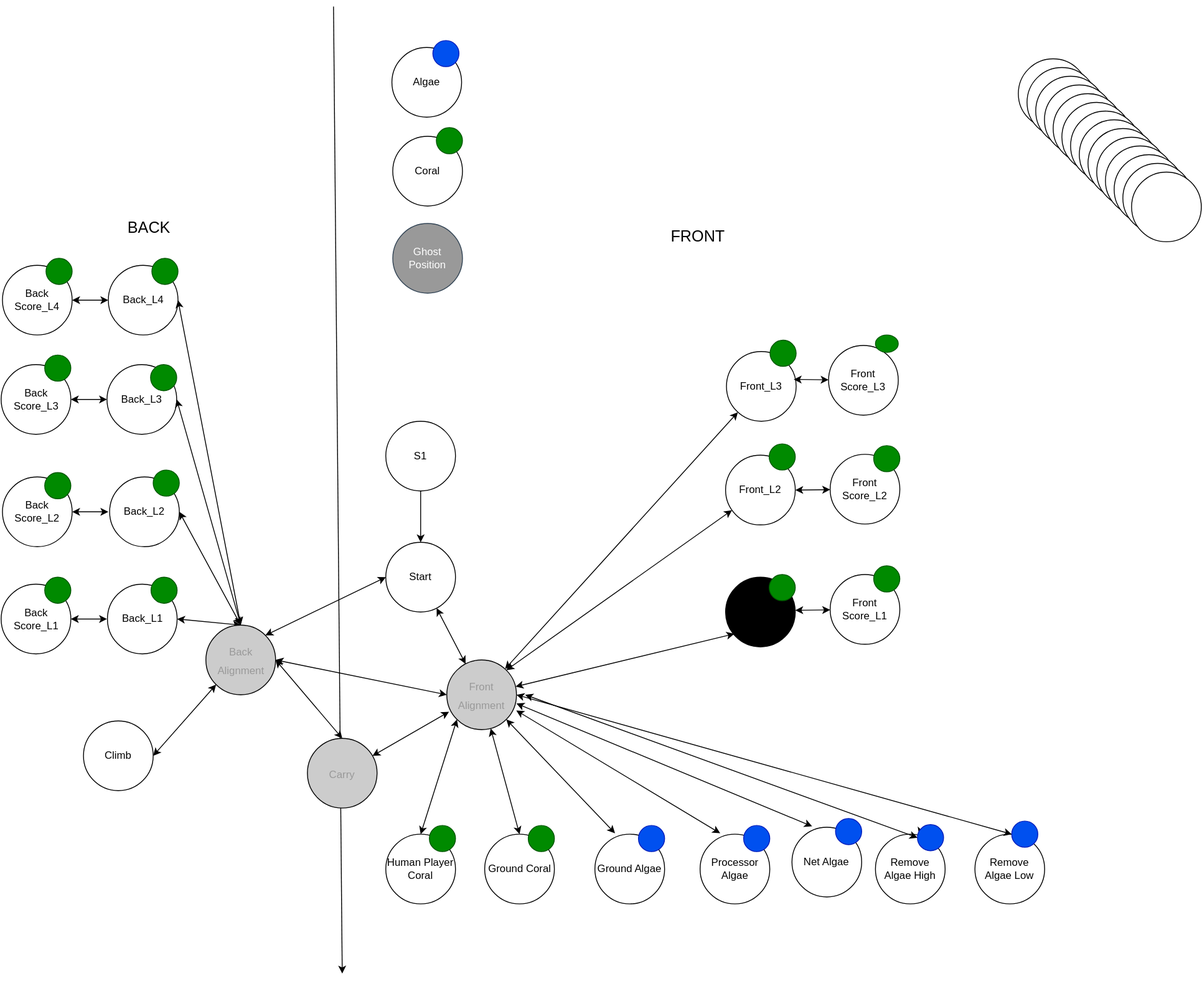
Above: src/main/java/frc/robot/subsystems/ArmControl/ArmGraph.drawio.svg in RossRambotics/2025-ReefScape (draw.io), before the change. Source tidied: cells renumbered, new cells last; positions are measured from the earlier drawing's top-left corner, leaving out a move shared by most shapes.
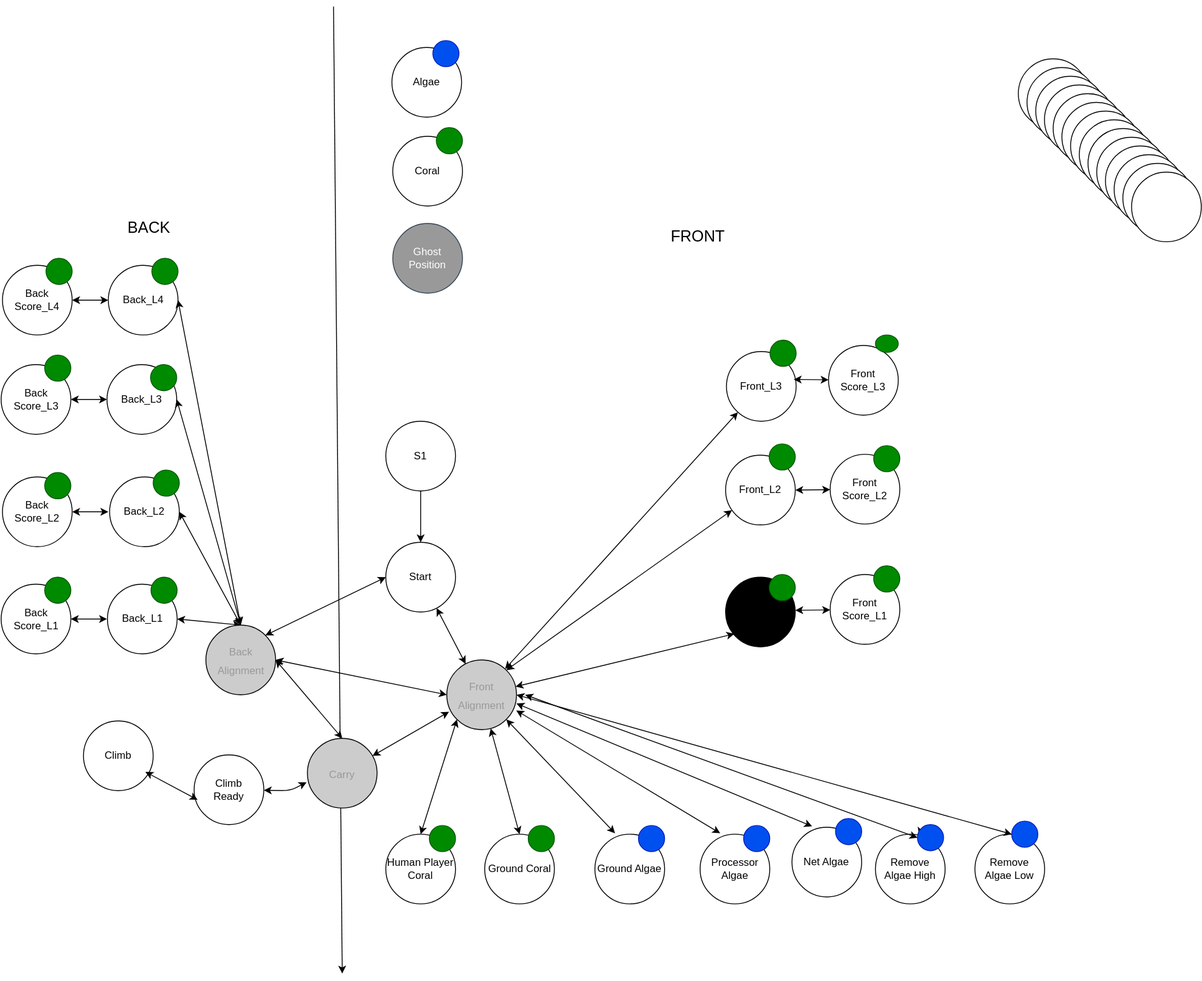
After the change.

The edit, as a diff of the source:
```diff
@@ -315,8 +315,18 @@
     <mxCell id="99" value="Climb" style="ellipse;whiteSpace=wrap;html=1;gradientColor=none;" parent="1" vertex="1">
       <mxGeometry x="95" y="820" width="80" height="80" as="geometry" />
     </mxCell>
-    <mxCell id="100" style="edgeStyle=none;html=1;entryX=1;entryY=0.5;entryDx=0;entryDy=0;fontSize=12;startArrow=classic;startFill=1;exitX=0;exitY=1;exitDx=0;exitDy=0;" parent="1" edge="1" source="49" target="99">
-      <mxGeometry relative="1" as="geometry" />
-    </mxCell>
+    <mxCell id="101" value="Climb&lt;div&gt;Ready&lt;/div&gt;" style="ellipse;whiteSpace=wrap;html=1;gradientColor=none;" parent="1" vertex="1">
+      <mxGeometry x="222" y="859" width="80" height="80" as="geometry" />
+    </mxCell>
+    <mxCell id="102" style="edgeStyle=none;html=1;fontSize=12;startArrow=classic;startFill=1;exitX=-0.012;exitY=0.631;exitDx=0;exitDy=0;exitPerimeter=0;" parent="1" edge="1" source="55" target="101">
+      <mxGeometry relative="1" as="geometry">
+        <Array as="points">
+          <mxPoint x="332" y="900" />
+        </Array>
+      </mxGeometry>
+    </mxCell>
+    <mxCell id="103" style="edgeStyle=none;html=1;entryX=0.888;entryY=0.731;entryDx=0;entryDy=0;fontSize=12;startArrow=classic;startFill=1;exitX=0.05;exitY=0.644;exitDx=0;exitDy=0;exitPerimeter=0;entryPerimeter=0;" parent="1" edge="1" source="101" target="99">
+      <mxGeometry relative="1" as="geometry" />
+    </mxCell>
   </root>
 </mxGraphModel>
```
